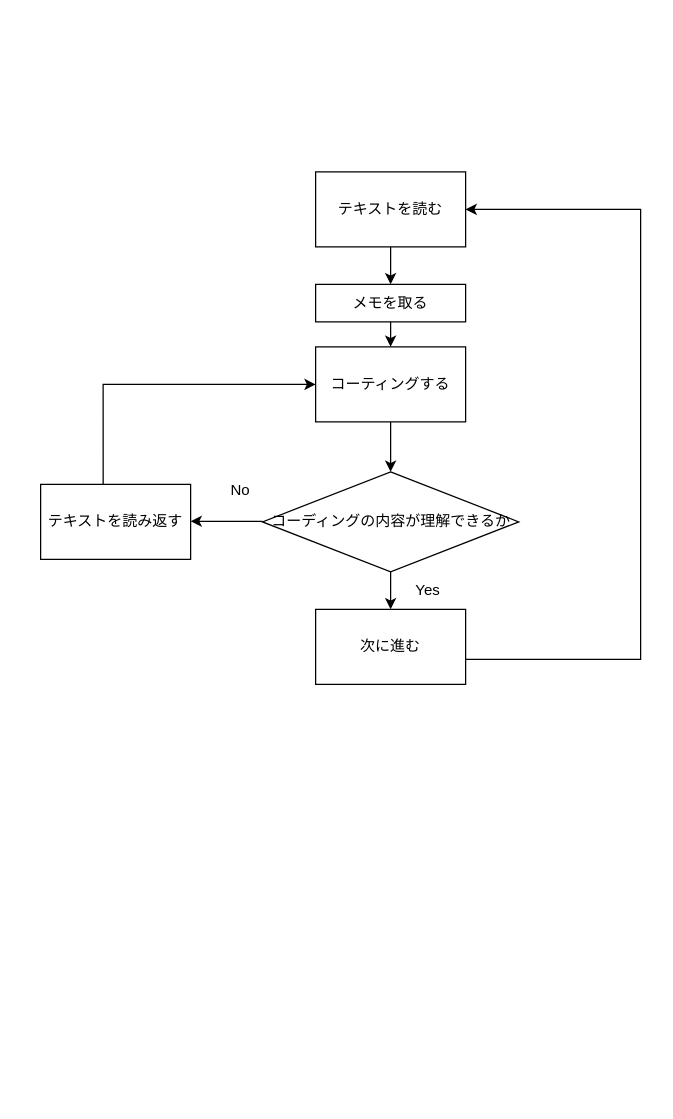
The draw.io diagram 学習の流れ.drawio in yu-tas/achieve, before the edit. Source tidied: cells renumbered, new cells numbered last; positions are measured from the earlier drawing's top-left corner, leaving out a move shared by most shapes. Both pictures are drawn from the tidied source at 125%, with x=0, y=0 at pixel (40, 171).
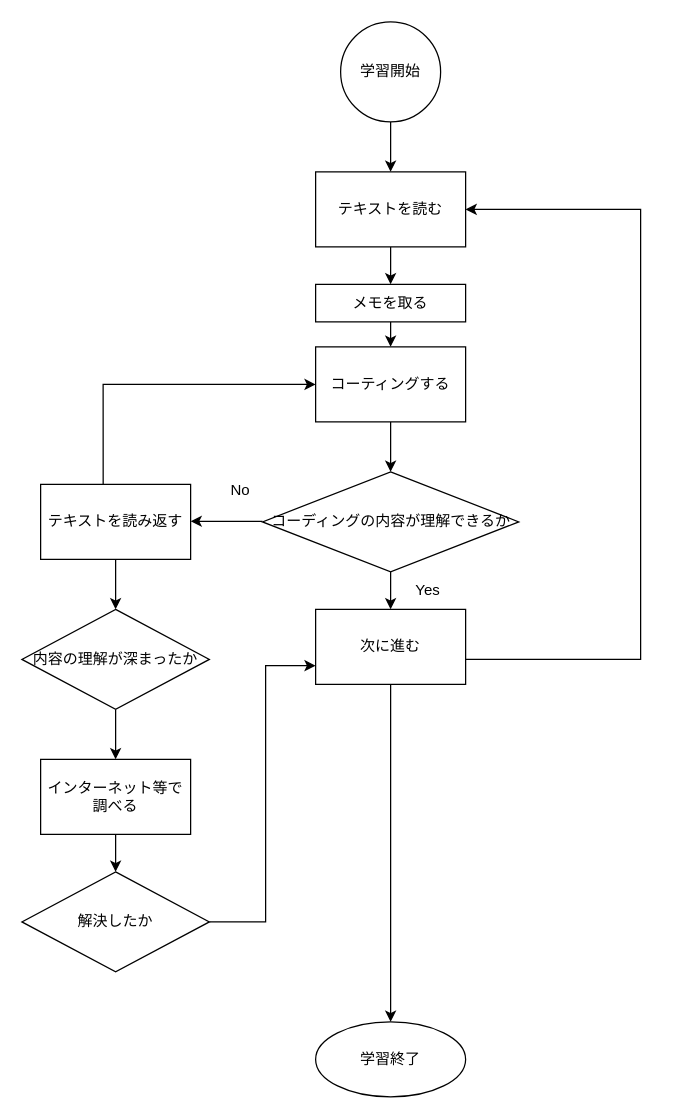
Above is the later version.

Commit message (it also covers changes not shown here):
学習の流れ.drawio を更新します

Unchanged cells that the change refers to:
```xml
<mxCell id="3" value="テキストを読む" style="rounded=0;whiteSpace=wrap;html=1;" parent="1" vertex="1">
  <mxGeometry x="220" width="120" height="60" as="geometry" />
</mxCell>
<mxCell id="9" value="テキストを読み返す" style="rounded=0;whiteSpace=wrap;html=1;" parent="1" vertex="1">
  <mxGeometry y="250" width="120" height="60" as="geometry" />
</mxCell>
<mxCell id="11" value="次に進む" style="whiteSpace=wrap;html=1;rounded=0;" parent="1" vertex="1">
  <mxGeometry x="220" y="350" width="120" height="60" as="geometry" />
</mxCell>
```

Diff of the diagram source:
```diff
@@
+    <mxCell id="17" style="edgeStyle=orthogonalEdgeStyle;rounded=0;jettySize=auto;html=1;" parent="1" edge="1" source="9" target="20">
+      <mxGeometry relative="1" as="geometry" />
+    </mxCell>
@@
+    <mxCell id="18" style="edgeStyle=orthogonalEdgeStyle;rounded=0;jettySize=auto;html=1;" parent="1" edge="1" source="11" target="25">
+      <mxGeometry relative="1" as="geometry" />
+    </mxCell>
@@
+    <mxCell id="19" style="edgeStyle=orthogonalEdgeStyle;rounded=0;jettySize=auto;html=1;" parent="1" edge="1" source="20" target="22">
+      <mxGeometry relative="1" as="geometry" />
+    </mxCell>
+    <mxCell id="20" value="内容の理解が深まったか" style="rhombus;whiteSpace=wrap;html=1;rounded=0;" parent="1" vertex="1">
+      <mxGeometry x="-15" y="350" width="150" height="80" as="geometry" />
+    </mxCell>
+    <mxCell id="21" style="edgeStyle=orthogonalEdgeStyle;rounded=0;jettySize=auto;html=1;" parent="1" edge="1" source="22" target="23">
+      <mxGeometry relative="1" as="geometry" />
+    </mxCell>
+    <mxCell id="22" value="インターネット等で調べる" style="whiteSpace=wrap;html=1;rounded=0;" parent="1" vertex="1">
+      <mxGeometry y="470" width="120" height="60" as="geometry" />
+    </mxCell>
+    <mxCell id="23" value="解決したか" style="rhombus;whiteSpace=wrap;html=1;rounded=0;" parent="1" vertex="1">
+      <mxGeometry x="-15" y="560" width="150" height="80" as="geometry" />
+    </mxCell>
+    <mxCell id="24" style="endArrow=classic;html=1;rounded=0;entryX=0;entryY=0.75;entryDx=0;entryDy=0;" parent="1" edge="1" target="11">
+      <mxGeometry relative="1" as="geometry">
+        <mxPoint x="135" y="600" as="sourcePoint" />
+        <Array as="points">
+          <mxPoint x="180" y="600" />
+          <mxPoint x="180" y="395" />
+        </Array>
+      </mxGeometry>
+    </mxCell>
+    <mxCell id="25" value="学習終了" style="whiteSpace=wrap;html=1;rounded=0;shape=ellipse;perimeter=ellipsePerimeter;" parent="1" vertex="1">
+      <mxGeometry x="220" y="680" width="120" height="60" as="geometry" />
+    </mxCell>
+    <mxCell id="26" style="edgeStyle=orthogonalEdgeStyle;rounded=0;jettySize=auto;html=1;" parent="1" edge="1" source="27" target="3">
+      <mxGeometry relative="1" as="geometry" />
+    </mxCell>
+    <mxCell id="27" value="学習開始" style="ellipse;whiteSpace=wrap;html=1;rounded=0;" parent="1" vertex="1">
+      <mxGeometry x="240" y="-120" width="80" height="80" as="geometry" />
+    </mxCell>
```
